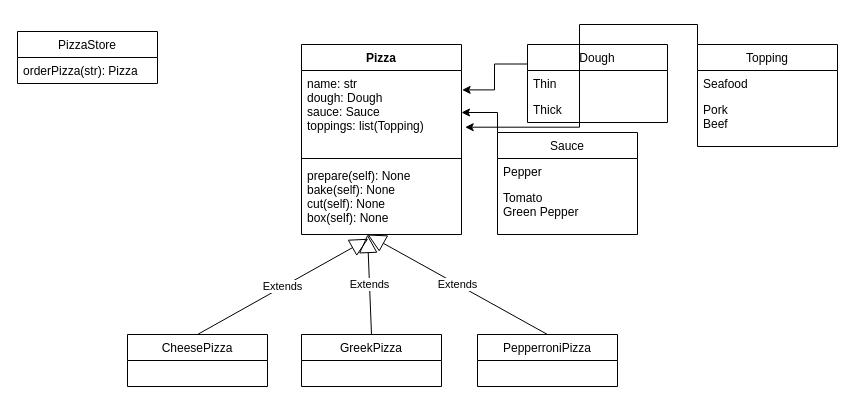
This is Untitled Diagram.drawio from huytan0812/huytan0812.github.io, a draw.io file, before an edit. Source tidied: cells renumbered, new cells numbered last; positions are measured from the earlier drawing's top-left corner, leaving out a move shared by most shapes. Both pictures are drawn from the tidied source at 100%, with x=0, y=0 at pixel (17, 31).
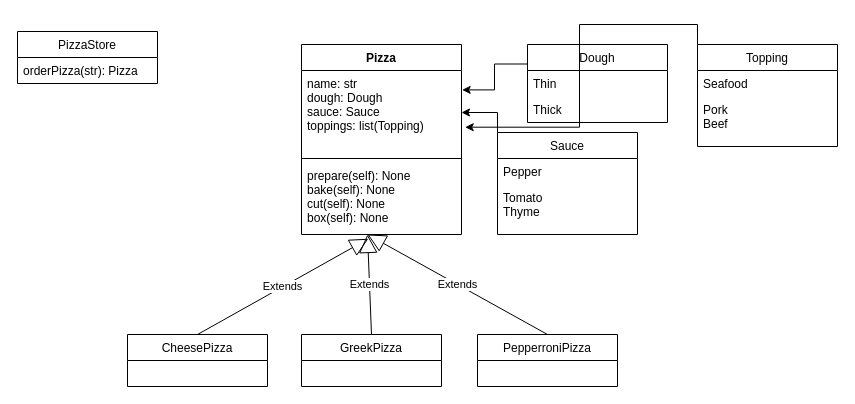
Above is the later version.

Unchanged cells that the change refers to:
```xml
<mxCell id="11" value="Sauce" style="swimlane;fontStyle=0;horizontal=1;startSize=26;fillColor=none;" parent="1" vertex="1">
  <mxGeometry x="480" y="101" width="140" height="102" as="geometry" />
</mxCell>
```

Change to the diagram source:
```diff
@@
-    <mxCell id="13" value="Tomato&#10;Green Pepper" style="text;strokeColor=none;fillColor=none;align=left;verticalAlign=top;spacingLeft=4;spacingRight=4;overflow=hidden;" parent="11" vertex="1">
+    <mxCell id="13" value="Tomato&#10;Thyme" style="text;strokeColor=none;fillColor=none;align=left;verticalAlign=top;spacingLeft=4;spacingRight=4;overflow=hidden;" parent="11" vertex="1">
       <mxGeometry y="52" width="140" height="50" as="geometry" />
     </mxCell>
```
